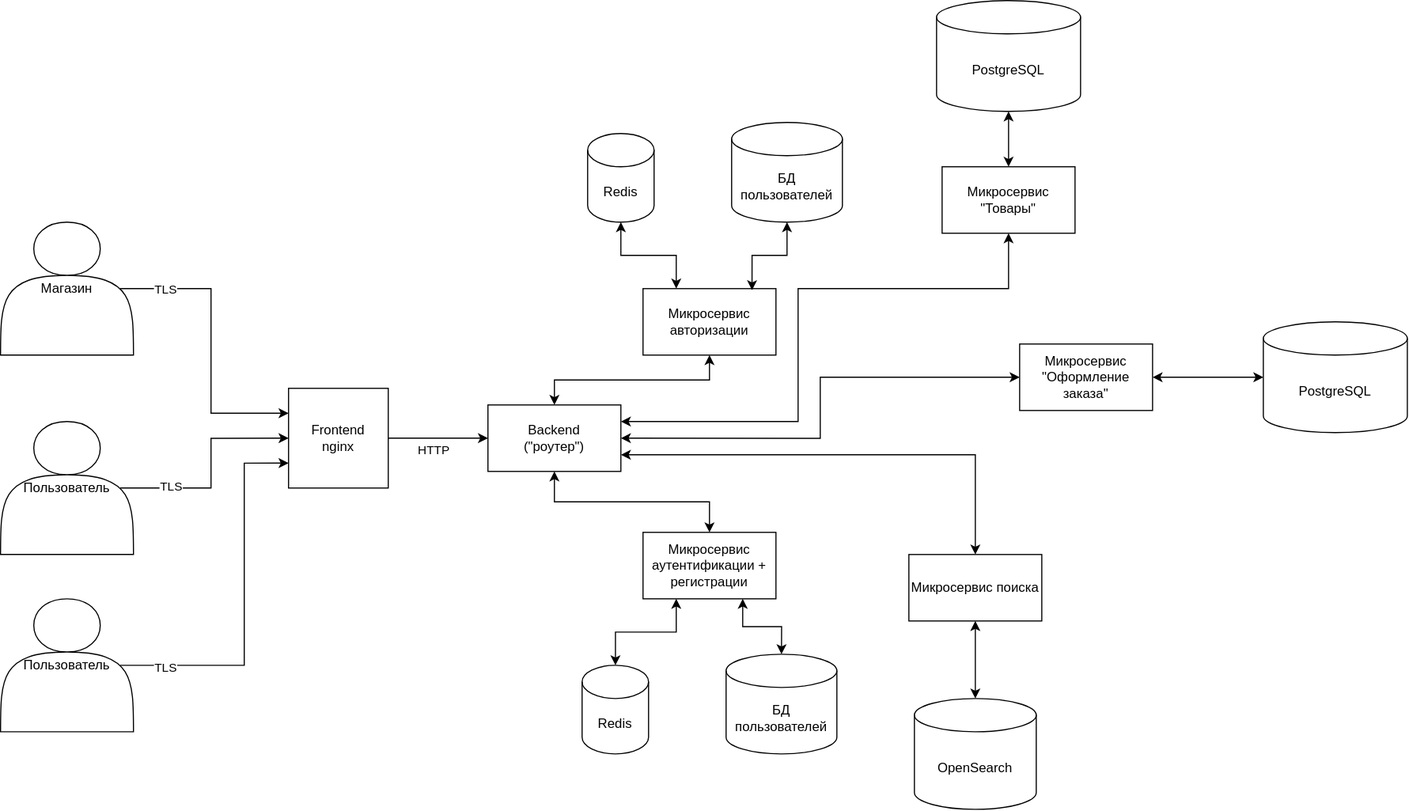
23-yo-designer-from-san-francisco/highload_aliexpress keeps this draw.io diagram as img/full.svg. Above is the earlier version. Source tidied: cells renumbered, new cells last; positions are measured from the earlier drawing's top-left corner, leaving out a move shared by most shapes. Its diagram source:
```xml
<mxGraphModel>
  <root>
    <mxCell id="0" />
    <mxCell id="1" parent="0" />
    <mxCell id="2" style="edgeStyle=orthogonalEdgeStyle;rounded=0;jettySize=auto;html=1;exitX=1;exitY=0.5;exitDx=0;exitDy=0;" parent="1" edge="1" source="4" target="16">
      <mxGeometry relative="1" as="geometry" />
    </mxCell>
    <mxCell id="3" value="HTTP" style="edgeLabel;html=1;align=center;verticalAlign=middle;" parent="2" vertex="1">
      <mxGeometry x="-0.2" y="-1" relative="1" as="geometry">
        <mxPoint x="4" y="9" as="offset" />
      </mxGeometry>
    </mxCell>
    <mxCell id="4" value="Frontend&lt;br&gt;nginx" style="whiteSpace=wrap;html=1;" parent="1" vertex="1">
      <mxGeometry x="260" y="350" width="90" height="90" as="geometry" />
    </mxCell>
    <mxCell id="5" style="edgeStyle=orthogonalEdgeStyle;rounded=0;jettySize=auto;html=1;exitX=0.9;exitY=0.5;exitDx=0;exitDy=0;exitPerimeter=0;entryX=0;entryY=0.75;entryDx=0;entryDy=0;" parent="1" edge="1" source="7" target="4">
      <mxGeometry relative="1" as="geometry">
        <Array as="points">
          <mxPoint x="220" y="600" />
          <mxPoint x="220" y="417" />
        </Array>
      </mxGeometry>
    </mxCell>
    <mxCell id="6" value="TLS" style="edgeLabel;html=1;align=center;verticalAlign=middle;" parent="5" vertex="1">
      <mxGeometry x="-0.76" y="-1" relative="1" as="geometry" />
    </mxCell>
    <mxCell id="7" value="Пользователь" style="shape=actor;whiteSpace=wrap;html=1;" parent="1" vertex="1">
      <mxGeometry y="540" width="120" height="120" as="geometry" />
    </mxCell>
    <mxCell id="8" style="edgeStyle=orthogonalEdgeStyle;rounded=0;jettySize=auto;html=1;exitX=0.9;exitY=0.5;exitDx=0;exitDy=0;exitPerimeter=0;entryX=0;entryY=0.5;entryDx=0;entryDy=0;" parent="1" edge="1" source="10" target="4">
      <mxGeometry relative="1" as="geometry" />
    </mxCell>
    <mxCell id="9" value="TLS" style="edgeLabel;html=1;align=center;verticalAlign=middle;" parent="8" vertex="1">
      <mxGeometry x="-0.56" y="2" relative="1" as="geometry" />
    </mxCell>
    <mxCell id="10" value="Пользователь" style="shape=actor;whiteSpace=wrap;html=1;" parent="1" vertex="1">
      <mxGeometry y="380" width="120" height="120" as="geometry" />
    </mxCell>
    <mxCell id="11" style="edgeStyle=orthogonalEdgeStyle;rounded=0;jettySize=auto;html=1;exitX=0.9;exitY=0.5;exitDx=0;exitDy=0;exitPerimeter=0;entryX=0;entryY=0.25;entryDx=0;entryDy=0;" parent="1" edge="1" source="13" target="4">
      <mxGeometry relative="1" as="geometry" />
    </mxCell>
    <mxCell id="12" value="TLS" style="edgeLabel;html=1;align=center;verticalAlign=middle;" parent="11" vertex="1">
      <mxGeometry x="-0.7" relative="1" as="geometry" />
    </mxCell>
    <mxCell id="13" value="Магазин" style="shape=actor;whiteSpace=wrap;html=1;" parent="1" vertex="1">
      <mxGeometry y="200" width="120" height="120" as="geometry" />
    </mxCell>
    <mxCell id="14" style="edgeStyle=orthogonalEdgeStyle;rounded=0;jettySize=auto;html=1;exitX=0.5;exitY=0;exitDx=0;exitDy=0;entryX=0.5;entryY=1;entryDx=0;entryDy=0;startArrow=classic;startFill=1;" parent="1" edge="1" source="16" target="17">
      <mxGeometry relative="1" as="geometry" />
    </mxCell>
    <mxCell id="15" style="edgeStyle=orthogonalEdgeStyle;rounded=0;jettySize=auto;html=1;exitX=1;exitY=0.75;exitDx=0;exitDy=0;entryX=0.5;entryY=0;entryDx=0;entryDy=0;startArrow=classic;startFill=1;" parent="1" edge="1" source="16" target="28">
      <mxGeometry relative="1" as="geometry" />
    </mxCell>
    <mxCell id="16" value="Backend&lt;br&gt;(&quot;роутер&quot;)" style="rounded=0;whiteSpace=wrap;html=1;" parent="1" vertex="1">
      <mxGeometry x="440" y="365" width="120" height="60" as="geometry" />
    </mxCell>
    <mxCell id="17" value="Микросервис авторизации" style="rounded=0;whiteSpace=wrap;html=1;" parent="1" vertex="1">
      <mxGeometry x="580" y="260" width="120" height="60" as="geometry" />
    </mxCell>
    <mxCell id="18" style="edgeStyle=orthogonalEdgeStyle;rounded=0;jettySize=auto;html=1;exitX=0.25;exitY=1;exitDx=0;exitDy=0;startArrow=classic;startFill=1;" parent="1" edge="1" source="21" target="26">
      <mxGeometry relative="1" as="geometry" />
    </mxCell>
    <mxCell id="19" style="edgeStyle=orthogonalEdgeStyle;rounded=0;jettySize=auto;html=1;exitX=0.75;exitY=1;exitDx=0;exitDy=0;entryX=0.5;entryY=0;entryDx=0;entryDy=0;entryPerimeter=0;startArrow=classic;startFill=1;" parent="1" edge="1" source="21" target="27">
      <mxGeometry relative="1" as="geometry" />
    </mxCell>
    <mxCell id="20" style="edgeStyle=orthogonalEdgeStyle;rounded=0;jettySize=auto;html=1;exitX=0.5;exitY=0;exitDx=0;exitDy=0;entryX=0.5;entryY=1;entryDx=0;entryDy=0;startArrow=classic;startFill=1;" parent="1" edge="1" source="21" target="16">
      <mxGeometry relative="1" as="geometry" />
    </mxCell>
    <mxCell id="21" value="Микросервис аутентификации + регистрации" style="rounded=0;whiteSpace=wrap;html=1;" parent="1" vertex="1">
      <mxGeometry x="580" y="480" width="120" height="60" as="geometry" />
    </mxCell>
    <mxCell id="22" style="edgeStyle=orthogonalEdgeStyle;rounded=0;jettySize=auto;html=1;exitX=0.5;exitY=1;exitDx=0;exitDy=0;exitPerimeter=0;entryX=0.25;entryY=0;entryDx=0;entryDy=0;startArrow=classic;startFill=1;" parent="1" edge="1" source="23" target="17">
      <mxGeometry relative="1" as="geometry" />
    </mxCell>
    <mxCell id="23" value="Redis" style="shape=cylinder3;whiteSpace=wrap;html=1;boundedLbl=1;backgroundOutline=1;size=15;" parent="1" vertex="1">
      <mxGeometry x="530" y="120" width="60" height="80" as="geometry" />
    </mxCell>
    <mxCell id="24" style="edgeStyle=orthogonalEdgeStyle;rounded=0;jettySize=auto;html=1;exitX=0.5;exitY=1;exitDx=0;exitDy=0;exitPerimeter=0;entryX=0.82;entryY=0.024;entryDx=0;entryDy=0;entryPerimeter=0;startArrow=classic;startFill=1;" parent="1" edge="1" source="25" target="17">
      <mxGeometry relative="1" as="geometry" />
    </mxCell>
    <mxCell id="25" value="БД пользователей" style="shape=cylinder3;whiteSpace=wrap;html=1;boundedLbl=1;backgroundOutline=1;size=15;" parent="1" vertex="1">
      <mxGeometry x="660" y="110" width="100" height="90" as="geometry" />
    </mxCell>
    <mxCell id="26" value="Redis" style="shape=cylinder3;whiteSpace=wrap;html=1;boundedLbl=1;backgroundOutline=1;size=15;" parent="1" vertex="1">
      <mxGeometry x="525" y="600" width="60" height="80" as="geometry" />
    </mxCell>
    <mxCell id="27" value="БД пользователей" style="shape=cylinder3;whiteSpace=wrap;html=1;boundedLbl=1;backgroundOutline=1;size=15;" parent="1" vertex="1">
      <mxGeometry x="655" y="590" width="100" height="90" as="geometry" />
    </mxCell>
    <mxCell id="28" value="Микросервис поиска" style="rounded=0;whiteSpace=wrap;html=1;" parent="1" vertex="1">
      <mxGeometry x="820" y="500" width="120" height="60" as="geometry" />
    </mxCell>
    <mxCell id="29" style="edgeStyle=orthogonalEdgeStyle;rounded=0;jettySize=auto;html=1;exitX=0.5;exitY=0;exitDx=0;exitDy=0;exitPerimeter=0;entryX=0.5;entryY=1;entryDx=0;entryDy=0;startArrow=classic;startFill=1;" parent="1" edge="1" source="30" target="28">
      <mxGeometry relative="1" as="geometry" />
    </mxCell>
    <mxCell id="30" value="OpenSearch" style="shape=cylinder3;whiteSpace=wrap;html=1;boundedLbl=1;backgroundOutline=1;size=15;" parent="1" vertex="1">
      <mxGeometry x="825" y="630" width="110" height="100" as="geometry" />
    </mxCell>
    <mxCell id="31" style="edgeStyle=orthogonalEdgeStyle;rounded=0;jettySize=auto;html=1;exitX=0.5;exitY=1;exitDx=0;exitDy=0;entryX=1;entryY=0.25;entryDx=0;entryDy=0;startArrow=classic;startFill=1;" parent="1" edge="1" source="33" target="16">
      <mxGeometry relative="1" as="geometry">
        <Array as="points">
          <mxPoint x="910" y="260" />
          <mxPoint x="720" y="260" />
          <mxPoint x="720" y="380" />
        </Array>
      </mxGeometry>
    </mxCell>
    <mxCell id="32" style="edgeStyle=orthogonalEdgeStyle;rounded=0;jettySize=auto;html=1;exitX=0.5;exitY=0;exitDx=0;exitDy=0;entryX=0.5;entryY=1;entryDx=0;entryDy=0;entryPerimeter=0;startArrow=classic;startFill=1;" parent="1" edge="1" source="33" target="38">
      <mxGeometry relative="1" as="geometry" />
    </mxCell>
    <mxCell id="33" value="Микросервис &quot;Товары&quot;" style="rounded=0;whiteSpace=wrap;html=1;" parent="1" vertex="1">
      <mxGeometry x="850" y="150" width="120" height="60" as="geometry" />
    </mxCell>
    <mxCell id="34" style="edgeStyle=orthogonalEdgeStyle;rounded=0;jettySize=auto;html=1;exitX=0;exitY=0.5;exitDx=0;exitDy=0;entryX=1;entryY=0.5;entryDx=0;entryDy=0;startArrow=classic;startFill=1;" parent="1" edge="1" source="36" target="16">
      <mxGeometry relative="1" as="geometry" />
    </mxCell>
    <mxCell id="35" style="edgeStyle=orthogonalEdgeStyle;rounded=0;jettySize=auto;html=1;exitX=1;exitY=0.5;exitDx=0;exitDy=0;entryX=0;entryY=0.5;entryDx=0;entryDy=0;entryPerimeter=0;startArrow=classic;startFill=1;" parent="1" edge="1" source="36" target="37">
      <mxGeometry relative="1" as="geometry" />
    </mxCell>
    <mxCell id="36" value="Микросервис &quot;Оформление заказа&quot;" style="rounded=0;whiteSpace=wrap;html=1;" parent="1" vertex="1">
      <mxGeometry x="920" y="310" width="120" height="60" as="geometry" />
    </mxCell>
    <mxCell id="37" value="PostgreSQL" style="shape=cylinder3;whiteSpace=wrap;html=1;boundedLbl=1;backgroundOutline=1;size=15;" parent="1" vertex="1">
      <mxGeometry x="1140" y="290" width="130" height="100" as="geometry" />
    </mxCell>
    <mxCell id="38" value="PostgreSQL" style="shape=cylinder3;whiteSpace=wrap;html=1;boundedLbl=1;backgroundOutline=1;size=15;" parent="1" vertex="1">
      <mxGeometry x="845" width="130" height="100" as="geometry" />
    </mxCell>
  </root>
</mxGraphModel>
```
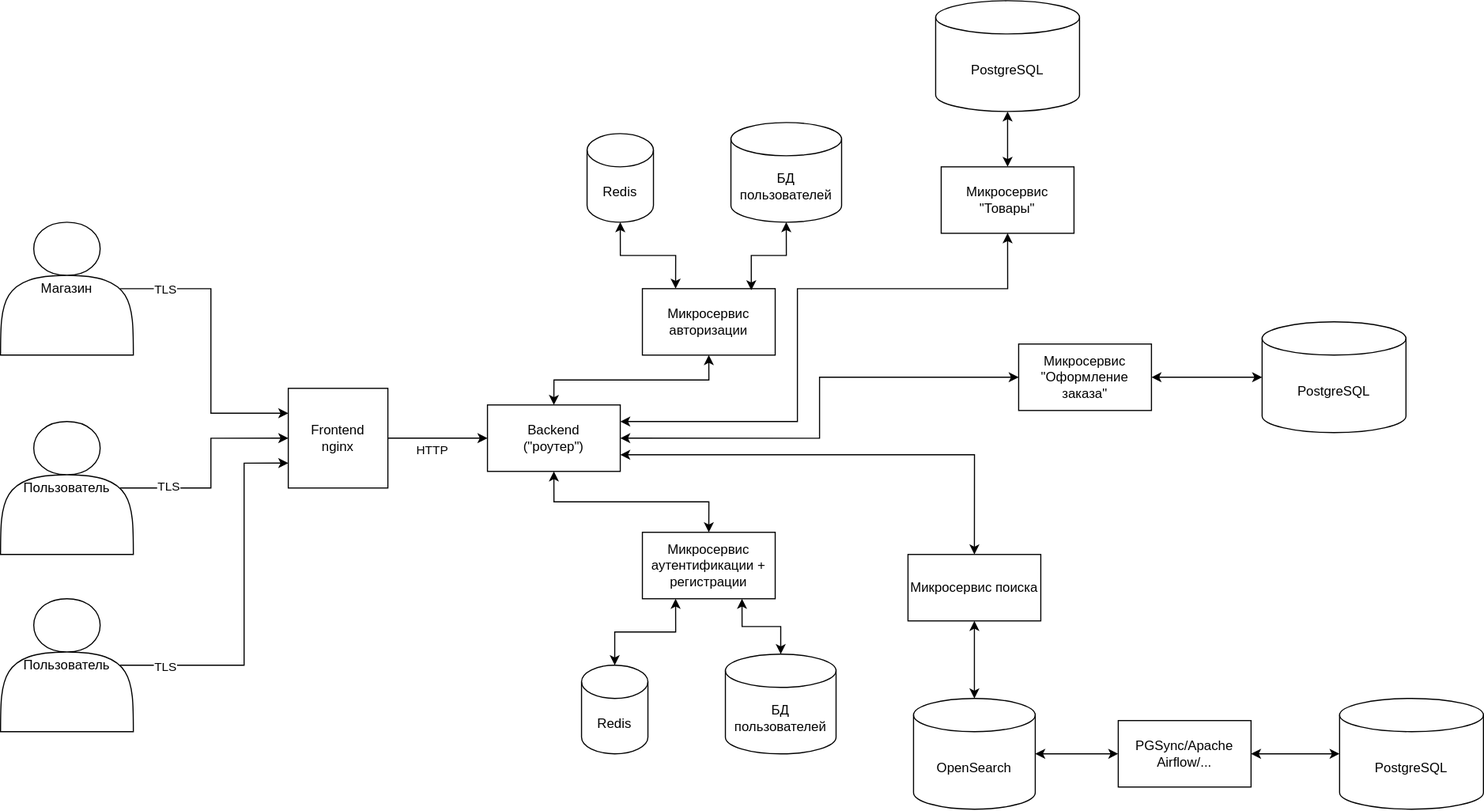
After the commit.

Commit message:
Updated search engine

Diff of the diagram source:
```diff
@@ -126,5 +126,17 @@
     <mxCell id="38" value="PostgreSQL" style="shape=cylinder3;whiteSpace=wrap;html=1;boundedLbl=1;backgroundOutline=1;size=15;" parent="1" vertex="1">
       <mxGeometry x="845" width="130" height="100" as="geometry" />
     </mxCell>
+    <mxCell id="39" style="edgeStyle=orthogonalEdgeStyle;rounded=0;jettySize=auto;html=1;exitX=1;exitY=0.5;exitDx=0;exitDy=0;entryX=0;entryY=0.5;entryDx=0;entryDy=0;entryPerimeter=0;startArrow=classic;startFill=1;" parent="1" edge="1" source="41" target="42">
+      <mxGeometry relative="1" as="geometry" />
+    </mxCell>
+    <mxCell id="40" style="edgeStyle=orthogonalEdgeStyle;rounded=0;jettySize=auto;html=1;exitX=0;exitY=0.5;exitDx=0;exitDy=0;startArrow=classic;startFill=1;" parent="1" edge="1" source="41" target="30">
+      <mxGeometry relative="1" as="geometry" />
+    </mxCell>
+    <mxCell id="41" value="PGSync/Apache Airflow/..." style="rounded=0;whiteSpace=wrap;html=1;" parent="1" vertex="1">
+      <mxGeometry x="1010" y="650" width="120" height="60" as="geometry" />
+    </mxCell>
+    <mxCell id="42" value="PostgreSQL" style="shape=cylinder3;whiteSpace=wrap;html=1;boundedLbl=1;backgroundOutline=1;size=15;" parent="1" vertex="1">
+      <mxGeometry x="1210" y="630" width="130" height="100" as="geometry" />
+    </mxCell>
   </root>
 </mxGraphModel>
```
